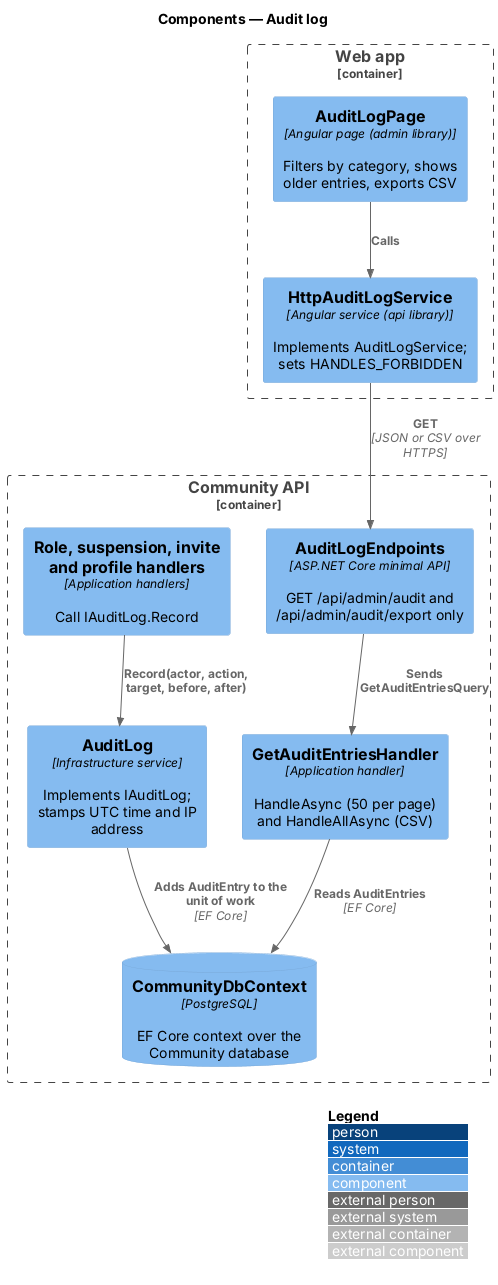
QuinntyneBrown/faithtech-community keeps this PlantUML diagram as docs/detailed-designs/admin/audit-log/diagrams/c4-component.png. Above is the earlier version.
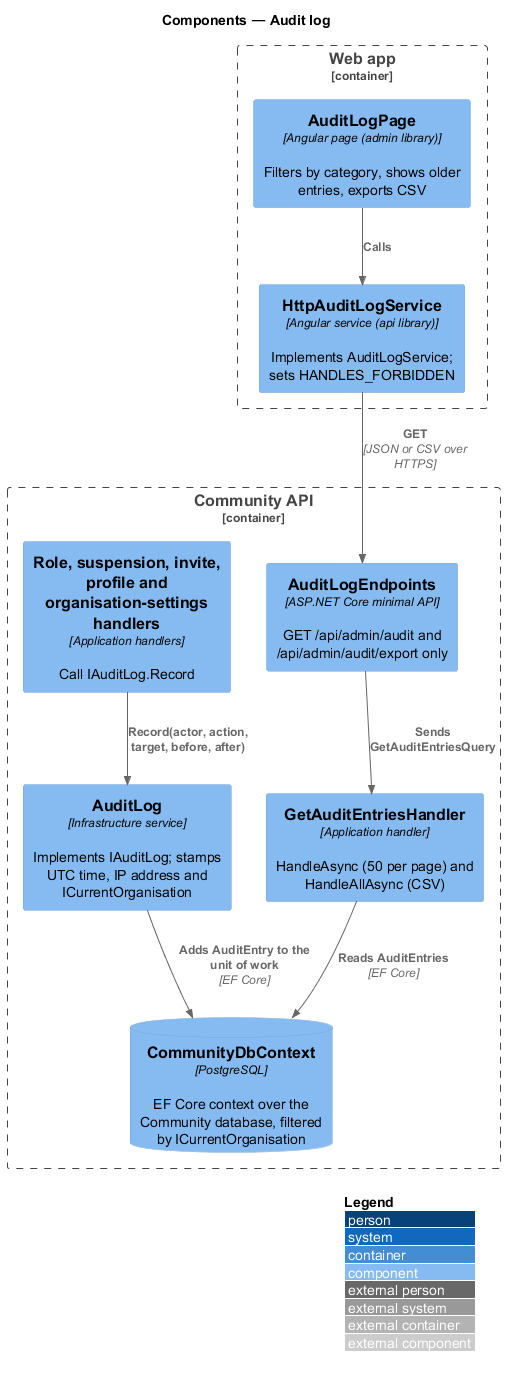
The same file after the commit.

What changed in the source:
```diff
@@ -9,9 +9,9 @@
 Container_Boundary(api, "Community API") {
   Component(ep, "AuditLogEndpoints", "ASP.NET Core minimal API", "GET /api/admin/audit and /api/admin/audit/export only")
   Component(q, "GetAuditEntriesHandler", "Application handler", "HandleAsync (50 per page) and HandleAllAsync (CSV)")
-  Component(writers, "Role, suspension, invite and profile handlers", "Application handlers", "Call IAuditLog.Record")
-  Component(audit, "AuditLog", "Infrastructure service", "Implements IAuditLog; stamps UTC time and IP address")
-  ComponentDb(db, "CommunityDbContext", "PostgreSQL", "EF Core context over the Community database")
+  Component(writers, "Role, suspension, invite, profile and organisation-settings handlers", "Application handlers", "Call IAuditLog.Record")
+  Component(audit, "AuditLog", "Infrastructure service", "Implements IAuditLog; stamps UTC time, IP address and ICurrentOrganisation")
+  ComponentDb(db, "CommunityDbContext", "PostgreSQL", "EF Core context over the Community database, filtered by ICurrentOrganisation")
 }
 Rel(page, svc, "Calls")
 Rel(svc, ep, "GET", "JSON or CSV over HTTPS")
```
